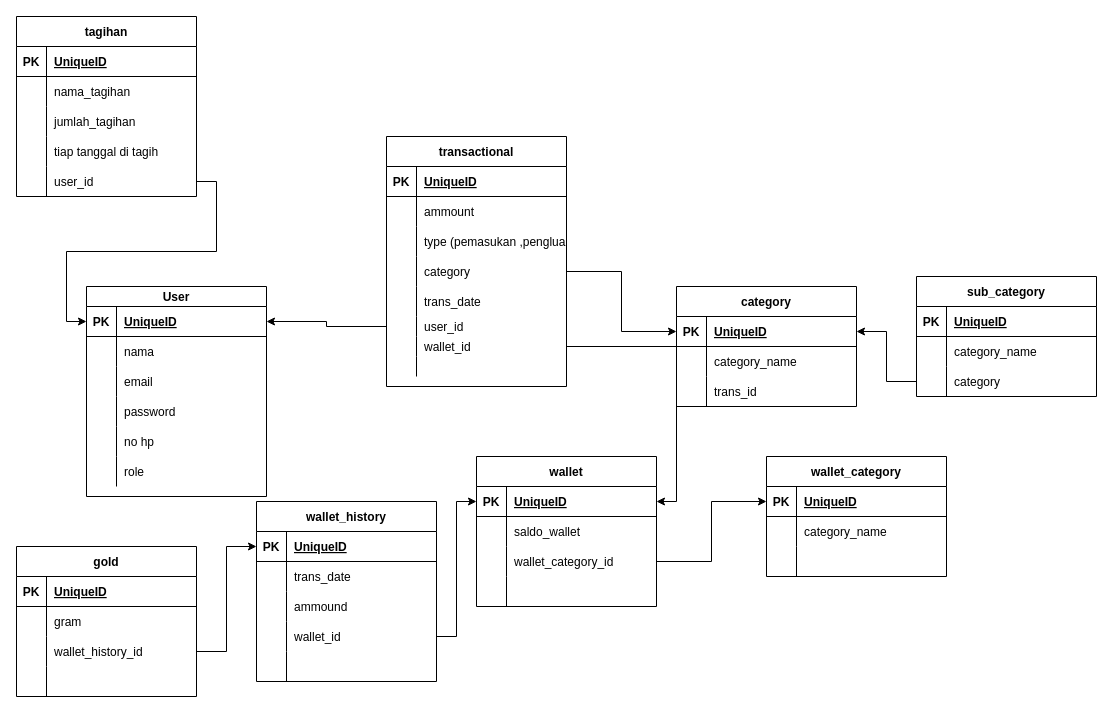
Above: db design.drawio in faisal0901/etentity (draw.io), before the change. Source tidied: cells renumbered, new cells numbered last; positions are measured from the earlier drawing's top-left corner, leaving out a move shared by most shapes. Both pictures are drawn from the tidied source at 100%, with x=0, y=0 at pixel (16, 16).
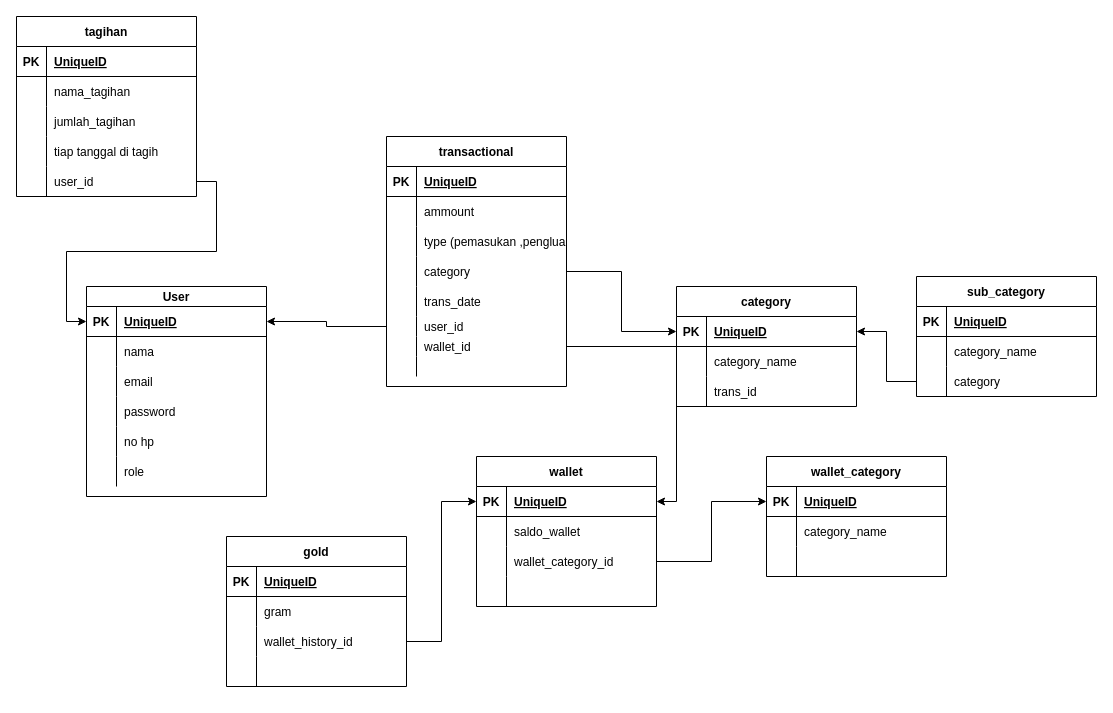
After the change.

Commit message:
enigma budget-managamanet-app

The change refers to these unchanged cells:
```xml
<mxCell id="22" style="shape=tableRow;horizontal=0;startSize=0;swimlaneHead=0;swimlaneBody=0;fillColor=none;points=[[0,0.5],[1,0.5]];portConstraint=eastwest;top=0;left=0;right=0;bottom=1;" parent="21" vertex="1">
  <mxGeometry y="30" width="180" height="30" as="geometry" />
</mxCell>
<mxCell id="134" style="shape=tableRow;horizontal=0;startSize=0;swimlaneHead=0;swimlaneBody=0;fillColor=none;points=[[0,0.5],[1,0.5]];portConstraint=eastwest;top=0;left=0;right=0;bottom=0;" parent="127" vertex="1">
  <mxGeometry y="90" width="180" height="30" as="geometry" />
</mxCell>
```

Diff of the diagram source:
```diff
@@
-    <mxCell id="98" value="wallet_history" style="shape=table;startSize=30;childLayout=tableLayout;rowLines=0;fontStyle=1;align=center;" parent="1" vertex="1">
-      <mxGeometry x="240" y="485" width="180" height="180" as="geometry" />
-    </mxCell>
-    <mxCell id="99" style="shape=tableRow;horizontal=0;startSize=0;swimlaneHead=0;swimlaneBody=0;fillColor=none;points=[[0,0.5],[1,0.5]];portConstraint=eastwest;top=0;left=0;right=0;bottom=1;" parent="98" vertex="1">
-      <mxGeometry y="30" width="180" height="30" as="geometry" />
-    </mxCell>
-    <mxCell id="100" value="PK" style="shape=partialRectangle;fillColor=none;top=0;left=0;bottom=0;right=0;fontStyle=1;overflow=hidden;" parent="99" vertex="1">
-      <mxGeometry width="30" height="30" as="geometry" />
-    </mxCell>
-    <mxCell id="101" value="UniqueID" style="shape=partialRectangle;fillColor=none;top=0;left=0;bottom=0;right=0;align=left;spacingLeft=6;fontStyle=5;overflow=hidden;" parent="99" vertex="1">
-      <mxGeometry x="30" width="150" height="30" as="geometry" />
-    </mxCell>
-    <mxCell id="102" style="shape=tableRow;horizontal=0;startSize=0;swimlaneHead=0;swimlaneBody=0;fillColor=none;top=0;left=0;right=0;bottom=0;" parent="98" vertex="1">
-      <mxGeometry y="60" width="180" height="30" as="geometry" />
-    </mxCell>
-    <mxCell id="103" style="shape=partialRectangle;fillColor=none;top=0;left=0;bottom=0;right=0;overflow=hidden;" parent="102" vertex="1">
-      <mxGeometry width="30" height="30" as="geometry" />
-    </mxCell>
-    <mxCell id="104" value="trans_date" style="shape=partialRectangle;fillColor=none;top=0;left=0;bottom=0;right=0;align=left;spacingLeft=6;overflow=hidden;" parent="102" vertex="1">
-      <mxGeometry x="30" width="150" height="30" as="geometry" />
-    </mxCell>
-    <mxCell id="105" style="shape=tableRow;horizontal=0;startSize=0;swimlaneHead=0;swimlaneBody=0;fillColor=none;top=0;left=0;right=0;bottom=0;" parent="98" vertex="1">
-      <mxGeometry y="90" width="180" height="30" as="geometry" />
-    </mxCell>
-    <mxCell id="106" style="shape=partialRectangle;fillColor=none;top=0;left=0;bottom=0;right=0;overflow=hidden;" parent="105" vertex="1">
-      <mxGeometry width="30" height="30" as="geometry" />
-    </mxCell>
-    <mxCell id="107" value="ammound" style="shape=partialRectangle;fillColor=none;top=0;left=0;bottom=0;right=0;align=left;spacingLeft=6;overflow=hidden;" parent="105" vertex="1">
-      <mxGeometry x="30" width="150" height="30" as="geometry" />
-    </mxCell>
-    <mxCell id="108" style="shape=tableRow;horizontal=0;startSize=0;swimlaneHead=0;swimlaneBody=0;fillColor=none;points=[[0,0.5],[1,0.5]];portConstraint=eastwest;top=0;left=0;right=0;bottom=0;" parent="98" vertex="1">
-      <mxGeometry y="120" width="180" height="30" as="geometry" />
-    </mxCell>
-    <mxCell id="109" style="shape=partialRectangle;fillColor=none;top=0;left=0;bottom=0;right=0;overflow=hidden;" parent="108" vertex="1">
-      <mxGeometry width="30" height="30" as="geometry" />
-    </mxCell>
-    <mxCell id="110" value="wallet_id" style="shape=partialRectangle;fillColor=none;top=0;left=0;bottom=0;right=0;align=left;spacingLeft=6;overflow=hidden;" parent="108" vertex="1">
-      <mxGeometry x="30" width="150" height="30" as="geometry" />
-    </mxCell>
-    <mxCell id="111" style="shape=tableRow;horizontal=0;startSize=0;swimlaneHead=0;swimlaneBody=0;fillColor=none;top=0;left=0;right=0;bottom=0;" parent="98" vertex="1">
-      <mxGeometry y="150" width="180" height="30" as="geometry" />
-    </mxCell>
-    <mxCell id="112" style="shape=partialRectangle;fillColor=none;top=0;left=0;bottom=0;right=0;overflow=hidden;" parent="111" vertex="1">
-      <mxGeometry width="30" height="30" as="geometry" />
-    </mxCell>
-    <mxCell id="113" style="shape=partialRectangle;fillColor=none;top=0;left=0;bottom=0;right=0;align=left;spacingLeft=6;overflow=hidden;" parent="111" vertex="1">
-      <mxGeometry x="30" width="150" height="30" as="geometry" />
-    </mxCell>
-    <mxCell id="114" style="edgeStyle=orthogonalEdgeStyle;rounded=0;jettySize=auto;html=1;entryX=0;entryY=0.5;entryDx=0;entryDy=0;" parent="1" edge="1" source="108" target="22">
-      <mxGeometry relative="1" as="geometry" />
-    </mxCell>
@@
     <mxCell id="127" value="gold" style="shape=table;startSize=30;childLayout=tableLayout;rowLines=0;fontStyle=1;align=center;" parent="1" vertex="1">
-      <mxGeometry y="530" width="180" height="150" as="geometry" />
+      <mxGeometry x="210" y="520" width="180" height="150" as="geometry" />
     </mxCell>
@@
-    <mxCell id="141" style="edgeStyle=orthogonalEdgeStyle;rounded=0;jettySize=auto;html=1;" parent="1" edge="1" source="134" target="99">
-      <mxGeometry relative="1" as="geometry" />
-    </mxCell>
+    <mxCell id="142" style="edgeStyle=orthogonalEdgeStyle;rounded=0;jettySize=auto;html=1;" parent="1" edge="1" source="134" target="22">
+      <mxGeometry relative="1" as="geometry" />
+    </mxCell>
```
